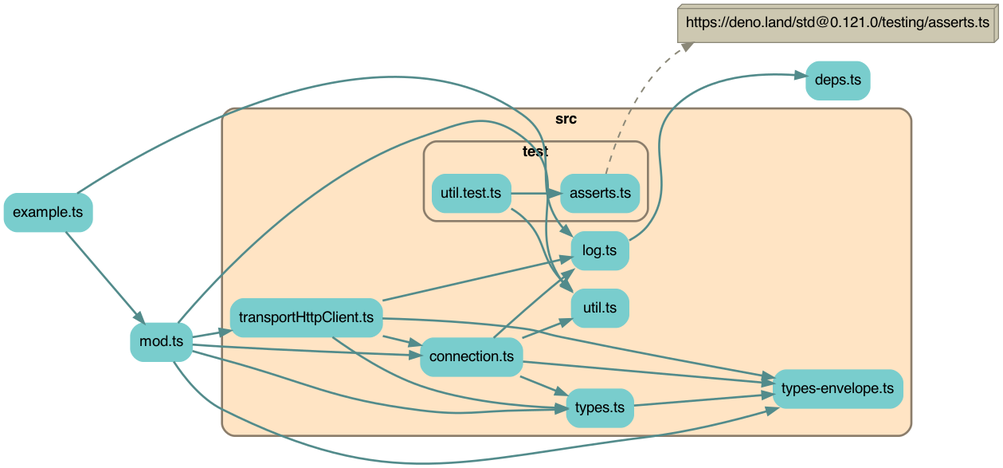
The Graphviz diagram depchart/depchart-full.png in earthstar-project/earthstar-streaming-rpc, before a commit. Its source is kept beside it as depchart/depchart-full.dot.
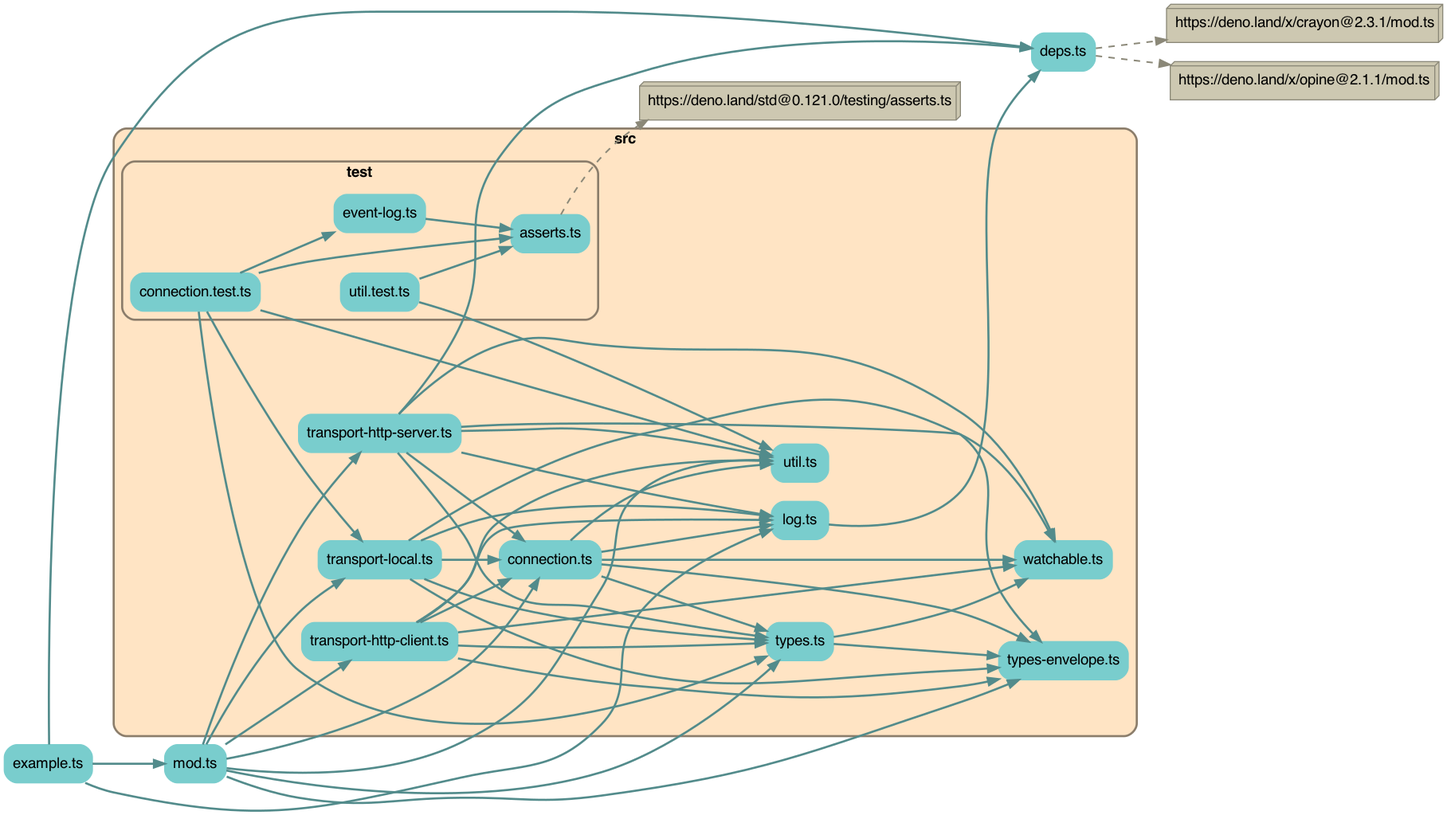
After the commit.

Change to the diagram source:
```diff
@@ -10,7 +10,7 @@
         "example.ts" [label="example.ts", shape=rectangle; style="rounded,filled"; color=darkslategray3];
         "mod.ts" [label="mod.ts", shape=rectangle; style="rounded,filled"; color=darkslategray3];
 
-        subgraph cluster5260739295 {
+        subgraph cluster82301750 {
             label=<<b>src</b>>;
             style="rounded,filled";
             fillcolor=bisque;
@@ -19,12 +19,15 @@
 
             "src/connection.ts" [label="connection.ts", shape=rectangle; style="rounded,filled"; color=darkslategray3];
             "src/log.ts" [label="log.ts", shape=rectangle; style="rounded,filled"; color=darkslategray3];
-            "src/transportHttpClient.ts" [label="transportHttpClient.ts", shape=rectangle; style="rounded,filled"; color=darkslategray3];
+            "src/transport-http-client.ts" [label="transport-http-client.ts", shape=rectangle; style="rounded,filled"; color=darkslategray3];
+            "src/transport-http-server.ts" [label="transport-http-server.ts", shape=rectangle; style="rounded,filled"; color=darkslategray3];
+            "src/transport-local.ts" [label="transport-local.ts", shape=rectangle; style="rounded,filled"; color=darkslategray3];
             "src/types-envelope.ts" [label="types-envelope.ts", shape=rectangle; style="rounded,filled"; color=darkslategray3];
             "src/types.ts" [label="types.ts", shape=rectangle; style="rounded,filled"; color=darkslategray3];
             "src/util.ts" [label="util.ts", shape=rectangle; style="rounded,filled"; color=darkslategray3];
+            "src/watchable.ts" [label="watchable.ts", shape=rectangle; style="rounded,filled"; color=darkslategray3];
 
-            subgraph cluster8468707883 {
+            subgraph cluster9969856700 {
                 label=<<b>test</b>>;
                 style="rounded,filled";
                 fillcolor=bisque;
@@ -32,32 +35,63 @@
                 penwidth=2;
 
                 "src/test/asserts.ts" [label="asserts.ts", shape=rectangle; style="rounded,filled"; color=darkslategray3];
+                "src/test/connection.test.ts" [label="connection.test.ts", shape=rectangle; style="rounded,filled"; color=darkslategray3];
+                "src/test/event-log.ts" [label="event-log.ts", shape=rectangle; style="rounded,filled"; color=darkslategray3];
                 "src/test/util.test.ts" [label="util.test.ts", shape=rectangle; style="rounded,filled"; color=darkslategray3];
             }
         }
 
+        "https://deno.land/x/crayon@2.3.1/mod.ts" [shape=box3d, style=filled, fillcolor=cornsilk3, color=cornsilk4];
+        "https://deno.land/x/opine@2.1.1/mod.ts" [shape=box3d, style=filled, fillcolor=cornsilk3, color=cornsilk4];
         "https://deno.land/std@0.121.0/testing/asserts.ts" [shape=box3d, style=filled, fillcolor=cornsilk3, color=cornsilk4];
 
     "example.ts" -> "mod.ts" [penwidth=2; color=darkslategray4];
     "example.ts" -> "src/log.ts" [penwidth=2; color=darkslategray4];
+    "example.ts" -> "deps.ts" [penwidth=2; color=darkslategray4];
     "mod.ts" -> "src/types-envelope.ts" [penwidth=2; color=darkslategray4];
     "mod.ts" -> "src/types.ts" [penwidth=2; color=darkslategray4];
+    "mod.ts" -> "src/connection.ts" [penwidth=2; color=darkslategray4];
+    "mod.ts" -> "src/transport-http-client.ts" [penwidth=2; color=darkslategray4];
+    "mod.ts" -> "src/transport-http-server.ts" [penwidth=2; color=darkslategray4];
+    "mod.ts" -> "src/transport-local.ts" [penwidth=2; color=darkslategray4];
     "mod.ts" -> "src/util.ts" [penwidth=2; color=darkslategray4];
-    "mod.ts" -> "src/transportHttpClient.ts" [penwidth=2; color=darkslategray4];
-    "mod.ts" -> "src/connection.ts" [penwidth=2; color=darkslategray4];
     "src/connection.ts" -> "src/types.ts" [penwidth=2; color=darkslategray4];
     "src/connection.ts" -> "src/types-envelope.ts" [penwidth=2; color=darkslategray4];
+    "src/connection.ts" -> "src/watchable.ts" [penwidth=2; color=darkslategray4];
     "src/connection.ts" -> "src/util.ts" [penwidth=2; color=darkslategray4];
     "src/connection.ts" -> "src/log.ts" [penwidth=2; color=darkslategray4];
     "src/log.ts" -> "deps.ts" [penwidth=2; color=darkslategray4];
+    "src/test/connection.test.ts" -> "src/test/asserts.ts" [penwidth=2; color=darkslategray4];
+    "src/test/connection.test.ts" -> "src/types.ts" [penwidth=2; color=darkslategray4];
+    "src/test/connection.test.ts" -> "src/transport-local.ts" [penwidth=2; color=darkslategray4];
+    "src/test/connection.test.ts" -> "src/util.ts" [penwidth=2; color=darkslategray4];
+    "src/test/connection.test.ts" -> "src/test/event-log.ts" [penwidth=2; color=darkslategray4];
+    "src/test/event-log.ts" -> "src/test/asserts.ts" [penwidth=2; color=darkslategray4];
     "src/test/util.test.ts" -> "src/test/asserts.ts" [penwidth=2; color=darkslategray4];
     "src/test/util.test.ts" -> "src/util.ts" [penwidth=2; color=darkslategray4];
-    "src/transportHttpClient.ts" -> "src/types.ts" [penwidth=2; color=darkslategray4];
-    "src/transportHttpClient.ts" -> "src/types-envelope.ts" [penwidth=2; color=darkslategray4];
-    "src/transportHttpClient.ts" -> "src/connection.ts" [penwidth=2; color=darkslategray4];
-    "src/transportHttpClient.ts" -> "src/log.ts" [penwidth=2; color=darkslategray4];
+    "src/transport-http-client.ts" -> "src/types.ts" [penwidth=2; color=darkslategray4];
+    "src/transport-http-client.ts" -> "src/types-envelope.ts" [penwidth=2; color=darkslategray4];
+    "src/transport-http-client.ts" -> "src/watchable.ts" [penwidth=2; color=darkslategray4];
+    "src/transport-http-client.ts" -> "src/util.ts" [penwidth=2; color=darkslategray4];
+    "src/transport-http-client.ts" -> "src/connection.ts" [penwidth=2; color=darkslategray4];
+    "src/transport-http-client.ts" -> "src/log.ts" [penwidth=2; color=darkslategray4];
+    "src/transport-http-server.ts" -> "src/types.ts" [penwidth=2; color=darkslategray4];
+    "src/transport-http-server.ts" -> "src/types-envelope.ts" [penwidth=2; color=darkslategray4];
+    "src/transport-http-server.ts" -> "src/util.ts" [penwidth=2; color=darkslategray4];
+    "src/transport-http-server.ts" -> "src/watchable.ts" [penwidth=2; color=darkslategray4];
+    "src/transport-http-server.ts" -> "src/connection.ts" [penwidth=2; color=darkslategray4];
+    "src/transport-http-server.ts" -> "src/log.ts" [penwidth=2; color=darkslategray4];
+    "src/transport-http-server.ts" -> "deps.ts" [penwidth=2; color=darkslategray4];
+    "src/transport-local.ts" -> "src/types.ts" [penwidth=2; color=darkslategray4];
+    "src/transport-local.ts" -> "src/types-envelope.ts" [penwidth=2; color=darkslategray4];
+    "src/transport-local.ts" -> "src/watchable.ts" [penwidth=2; color=darkslategray4];
+    "src/transport-local.ts" -> "src/connection.ts" [penwidth=2; color=darkslategray4];
+    "src/transport-local.ts" -> "src/log.ts" [penwidth=2; color=darkslategray4];
     "src/types.ts" -> "src/types-envelope.ts" [penwidth=2; color=darkslategray4];
+    "src/types.ts" -> "src/watchable.ts" [penwidth=2; color=darkslategray4];
 
+    "deps.ts" -> "https://deno.land/x/crayon@2.3.1/mod.ts" [penwidth=1.5; style=dashed, color=cornsilk4, weight=1];
+    "deps.ts" -> "https://deno.land/x/opine@2.1.1/mod.ts" [penwidth=1.5; style=dashed, color=cornsilk4, weight=1];
     "src/test/asserts.ts" -> "https://deno.land/std@0.121.0/testing/asserts.ts" [penwidth=1.5; style=dashed, color=cornsilk4, weight=1];
 
 }
```
